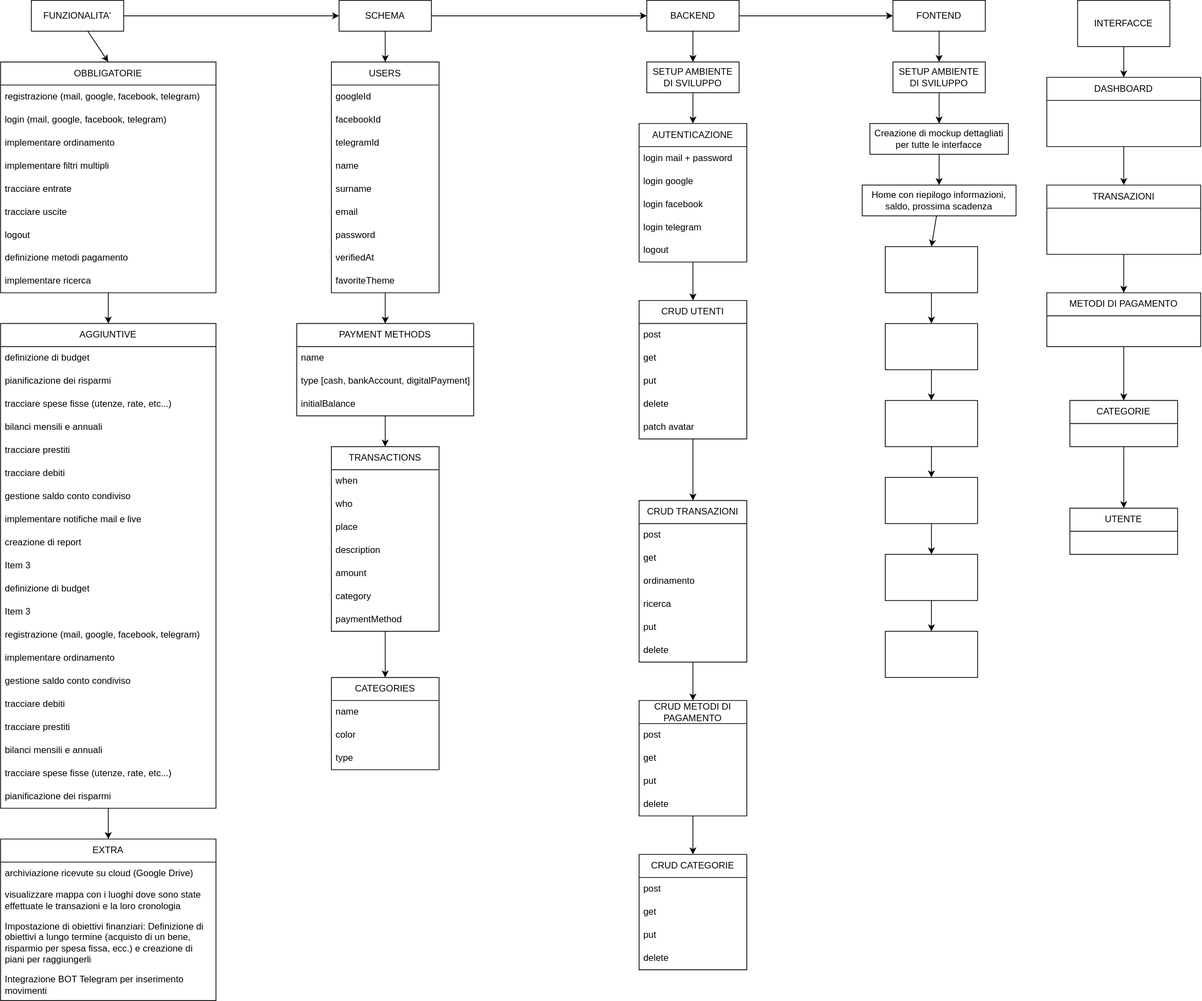
mirko-mc/SmartSpend keeps this draw.io diagram as roadmap.drawio.svg. Above is the earlier version. Source tidied: cells renumbered, new cells last; positions are measured from the earlier drawing's top-left corner, leaving out a move shared by most shapes.
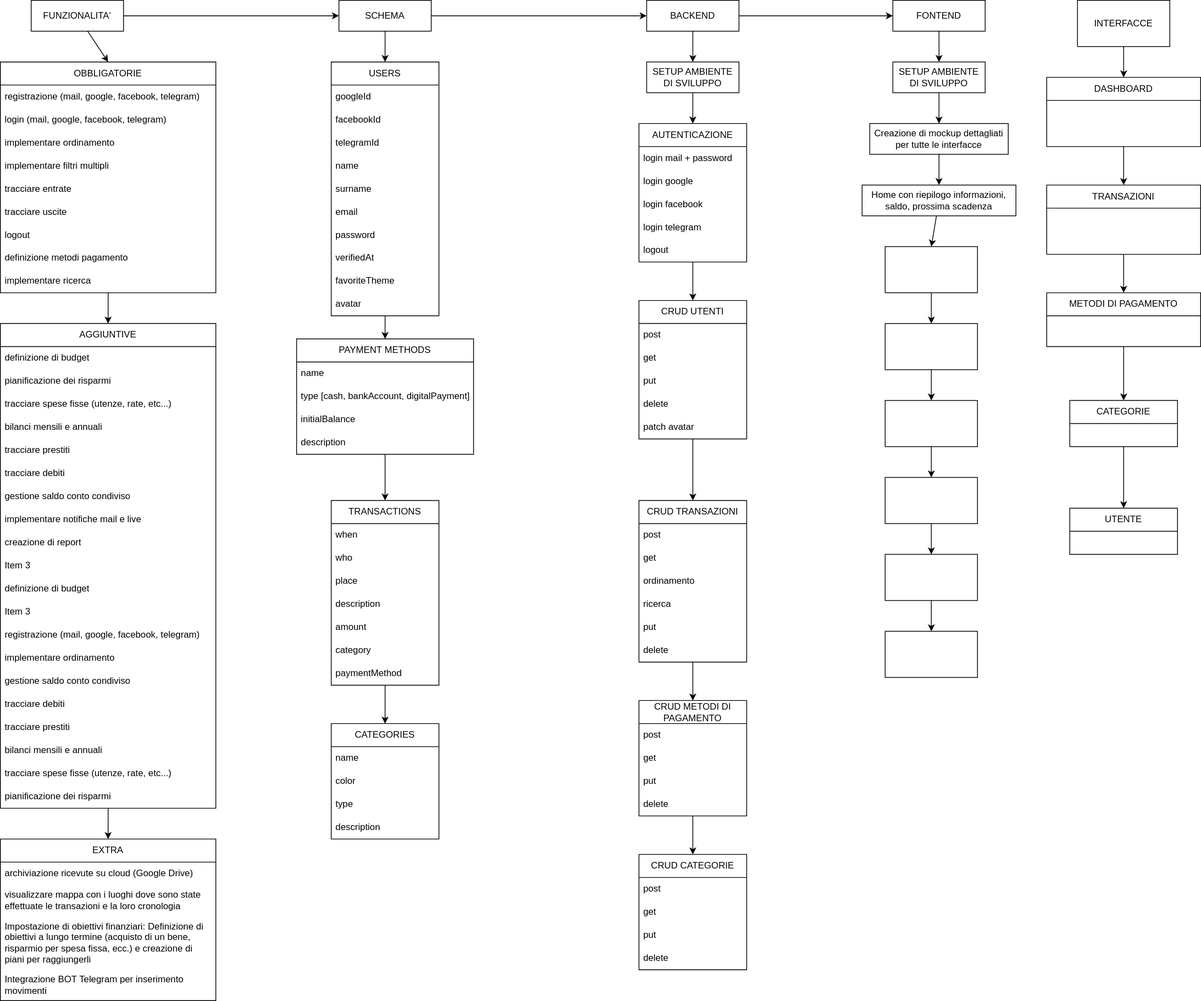
Later version of the same file.

Commit message:
update user schema, added schema (paymentMethods, transactions, categories)

Diff of the diagram source:
```diff
@@ -243,7 +243,7 @@
       <mxGeometry relative="1" as="geometry" />
     </mxCell>
     <mxCell id="82" value="USERS" style="swimlane;fontStyle=0;horizontal=1;startSize=30;whiteSpace=wrap;html=1;" parent="1" vertex="1">
-      <mxGeometry x="430" y="80" width="140" height="300" as="geometry" />
+      <mxGeometry x="430" y="80" width="140" height="330" as="geometry" />
     </mxCell>
     <mxCell id="83" value="googleId" style="text;strokeColor=none;fillColor=none;align=left;verticalAlign=middle;spacingLeft=4;spacingRight=4;overflow=hidden;whiteSpace=wrap;html=1;" parent="82" vertex="1">
       <mxGeometry y="30" width="140" height="30" as="geometry" />
@@ -272,6 +272,9 @@
     <mxCell id="91" value="favoriteTheme" style="text;strokeColor=none;fillColor=none;align=left;verticalAlign=middle;spacingLeft=4;spacingRight=4;overflow=hidden;whiteSpace=wrap;html=1;" parent="82" vertex="1">
       <mxGeometry y="270" width="140" height="30" as="geometry" />
     </mxCell>
+    <mxCell id="146" value="avatar" style="text;strokeColor=none;fillColor=none;align=left;verticalAlign=middle;spacingLeft=4;spacingRight=4;overflow=hidden;whiteSpace=wrap;html=1;" parent="82" vertex="1">
+      <mxGeometry y="300" width="140" height="30" as="geometry" />
+    </mxCell>
     <mxCell id="92" value="CRUD CATEGORIE" style="swimlane;fontStyle=0;horizontal=1;startSize=30;whiteSpace=wrap;html=1;" parent="1" vertex="1">
       <mxGeometry x="830" y="1110" width="140" height="150" as="geometry" />
     </mxCell>
@@ -291,7 +294,7 @@
       <mxGeometry relative="1" as="geometry" />
     </mxCell>
     <mxCell id="98" value="TRANSACTIONS" style="swimlane;fontStyle=0;horizontal=1;startSize=30;whiteSpace=wrap;html=1;" parent="1" vertex="1">
-      <mxGeometry x="430" y="580" width="140" height="240" as="geometry" />
+      <mxGeometry x="430" y="650" width="140" height="240" as="geometry" />
     </mxCell>
     <mxCell id="99" value="when" style="text;strokeColor=none;fillColor=none;align=left;verticalAlign=middle;spacingLeft=4;spacingRight=4;overflow=hidden;whiteSpace=wrap;html=1;" parent="98" vertex="1">
       <mxGeometry y="30" width="140" height="30" as="geometry" />
@@ -318,7 +321,7 @@
       <mxGeometry relative="1" as="geometry" />
     </mxCell>
     <mxCell id="107" value="PAYMENT METHODS" style="swimlane;fontStyle=0;horizontal=1;startSize=30;whiteSpace=wrap;html=1;" parent="1" vertex="1">
-      <mxGeometry x="385" y="420" width="230" height="120" as="geometry" />
+      <mxGeometry x="385" y="440" width="230" height="150" as="geometry" />
     </mxCell>
     <mxCell id="108" value="name" style="text;strokeColor=none;fillColor=none;align=left;verticalAlign=middle;spacingLeft=4;spacingRight=4;overflow=hidden;whiteSpace=wrap;html=1;" parent="107" vertex="1">
       <mxGeometry y="30" width="230" height="30" as="geometry" />
@@ -329,8 +332,11 @@
     <mxCell id="110" value="initialBalance" style="text;strokeColor=none;fillColor=none;align=left;verticalAlign=middle;spacingLeft=4;spacingRight=4;overflow=hidden;whiteSpace=wrap;html=1;" parent="107" vertex="1">
       <mxGeometry y="90" width="230" height="30" as="geometry" />
     </mxCell>
+    <mxCell id="147" value="description" style="text;strokeColor=none;fillColor=none;align=left;verticalAlign=middle;spacingLeft=4;spacingRight=4;overflow=hidden;whiteSpace=wrap;html=1;" parent="107" vertex="1">
+      <mxGeometry y="120" width="230" height="30" as="geometry" />
+    </mxCell>
     <mxCell id="111" value="CATEGORIES" style="swimlane;fontStyle=0;horizontal=1;startSize=30;whiteSpace=wrap;html=1;" parent="1" vertex="1">
-      <mxGeometry x="430" y="880" width="140" height="120" as="geometry" />
+      <mxGeometry x="430" y="940" width="140" height="150" as="geometry" />
     </mxCell>
     <mxCell id="112" value="name" style="text;strokeColor=none;fillColor=none;align=left;verticalAlign=middle;spacingLeft=4;spacingRight=4;overflow=hidden;whiteSpace=wrap;html=1;" parent="111" vertex="1">
       <mxGeometry y="30" width="140" height="30" as="geometry" />
@@ -338,8 +344,11 @@
     <mxCell id="113" value="color" style="text;strokeColor=none;fillColor=none;align=left;verticalAlign=middle;spacingLeft=4;spacingRight=4;overflow=hidden;whiteSpace=wrap;html=1;" parent="111" vertex="1">
       <mxGeometry y="60" width="140" height="30" as="geometry" />
     </mxCell>
+    <mxCell id="148" value="type" style="text;strokeColor=none;fillColor=none;align=left;verticalAlign=middle;spacingLeft=4;spacingRight=4;overflow=hidden;whiteSpace=wrap;html=1;" parent="111" vertex="1">
+      <mxGeometry y="90" width="140" height="30" as="geometry" />
+    </mxCell>
-    <mxCell id="114" value="type" style="text;strokeColor=none;fillColor=none;align=left;verticalAlign=middle;spacingLeft=4;spacingRight=4;overflow=hidden;whiteSpace=wrap;html=1;" parent="111" vertex="1">
-      <mxGeometry y="90" width="140" height="30" as="geometry" />
+    <mxCell id="114" value="description" style="text;strokeColor=none;fillColor=none;align=left;verticalAlign=middle;spacingLeft=4;spacingRight=4;overflow=hidden;whiteSpace=wrap;html=1;" parent="111" vertex="1">
+      <mxGeometry y="120" width="140" height="30" as="geometry" />
     </mxCell>
     <mxCell id="115" style="edgeStyle=none;html=1;entryX=0.5;entryY=0;entryDx=0;entryDy=0;" parent="1" edge="1" source="116" target="118">
       <mxGeometry relative="1" as="geometry" />
```
